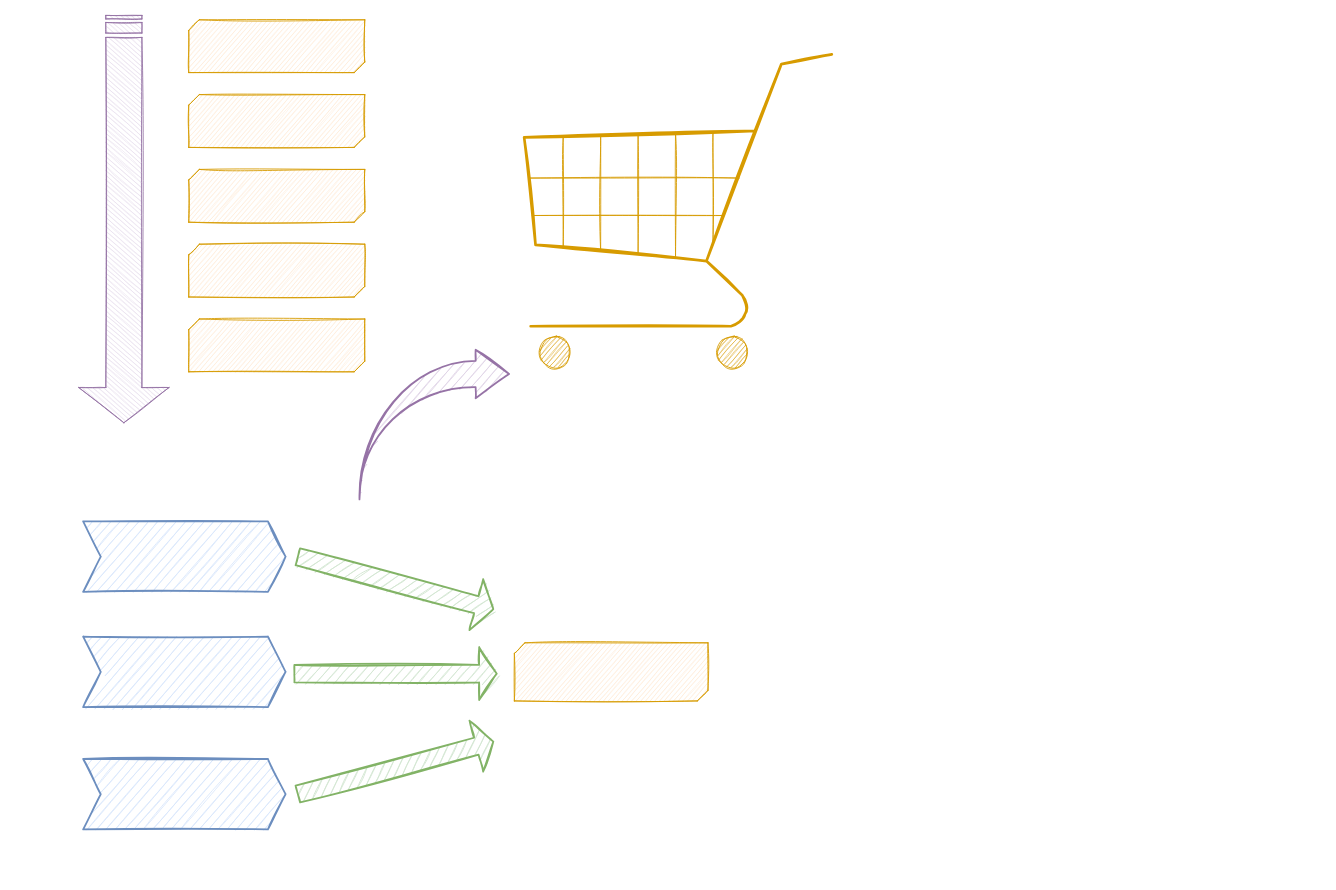
Above: assets/TimeTravelling.drawio in oskardudycz/EventSourcing.NetCore (draw.io), before the change. Source tidied: cells renumbered, new cells numbered last; positions are measured from the earlier drawing's top-left corner, leaving out a move shared by most shapes. Both pictures are drawn from the tidied source at 88%, with x=0, y=0 at pixel (-80, 19).
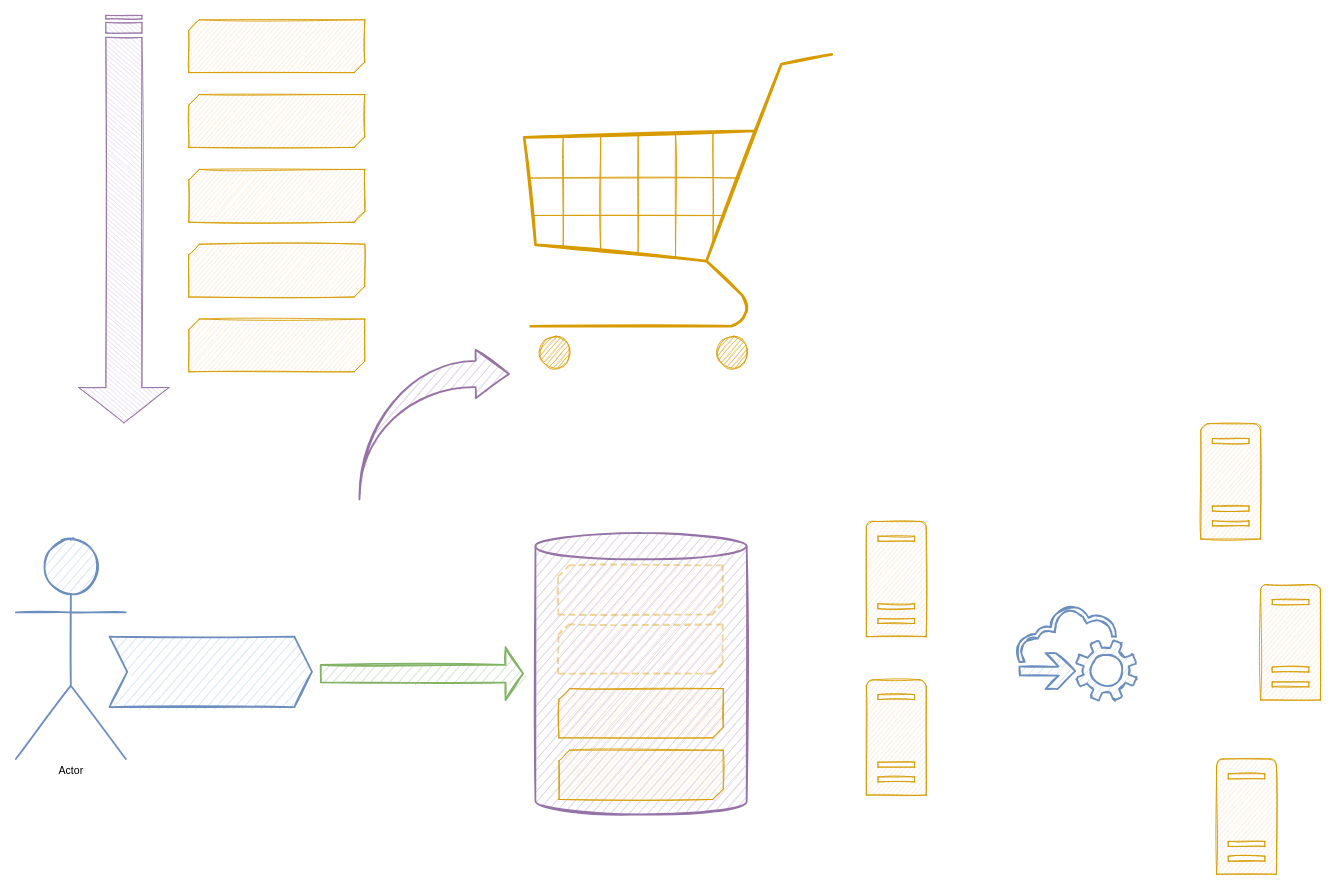
Above is the later version.

The edit, as a diff of the source:
```diff
@@
+    <mxCell id="17" style="shape=cylinder3;whiteSpace=wrap;html=1;boundedLbl=1;backgroundOutline=1;size=15;shadow=0;sketch=1;strokeWidth=2;fillColor=#e1d5e7;strokeColor=#9673a6;" parent="1" vertex="1">
+      <mxGeometry x="699" y="583" width="240" height="320" as="geometry" />
+    </mxCell>
@@
+    <mxCell id="10" style="html=1;shadow=0;dashed=0;align=center;verticalAlign=middle;shape=mxgraph.arrows2.jumpInArrow;dy=15;dx=38;arrowHead=55;sketch=1;strokeWidth=2;fillColor=#e1d5e7;strokeColor=#9673a6;" parent="1" vertex="1">
+      <mxGeometry x="499" y="375" width="170" height="170" as="geometry" />
+    </mxCell>
+    <mxCell id="12" style="shape=step;perimeter=stepPerimeter;whiteSpace=wrap;html=1;fixedSize=1;shadow=0;sketch=1;strokeWidth=2;fillColor=#dae8fc;strokeColor=#6c8ebf;" parent="1" vertex="1">
+      <mxGeometry x="215" y="701" width="230" height="80" as="geometry" />
+    </mxCell>
+    <mxCell id="15" style="html=1;shadow=0;dashed=0;align=center;verticalAlign=middle;shape=mxgraph.arrows2.arrow;dy=0.67;dx=20;notch=0;sketch=1;strokeWidth=2;rotation=0;fillColor=#d5e8d4;strokeColor=#82b366;" parent="1" vertex="1">
+      <mxGeometry x="455" y="713" width="230" height="60" as="geometry" />
+    </mxCell>
     <mxCell id="9" style="verticalLabelPosition=bottom;verticalAlign=top;html=1;shape=mxgraph.basic.diag_snip_rect;dx=6;shadow=0;sketch=1;fillColor=#ffe6cc;strokeColor=#d79b00;" parent="1" vertex="1">
-      <mxGeometry x="675" y="708" width="220" height="66" as="geometry" />
+      <mxGeometry x="725.7" y="830" width="186.7" height="56" as="geometry" />
     </mxCell>
-    <mxCell id="10" style="html=1;shadow=0;dashed=0;align=center;verticalAlign=middle;shape=mxgraph.arrows2.jumpInArrow;dy=15;dx=38;arrowHead=55;sketch=1;strokeWidth=2;fillColor=#e1d5e7;strokeColor=#9673a6;" parent="1" vertex="1">
-      <mxGeometry x="499" y="375" width="170" height="170" as="geometry" />
-    </mxCell>
-    <mxCell id="11" style="shape=step;perimeter=stepPerimeter;whiteSpace=wrap;html=1;fixedSize=1;shadow=0;sketch=1;strokeWidth=2;fillColor=#dae8fc;strokeColor=#6c8ebf;" parent="1" vertex="1">
-      <mxGeometry x="185" y="570" width="230" height="80" as="geometry" />
-    </mxCell>
-    <mxCell id="12" style="shape=step;perimeter=stepPerimeter;whiteSpace=wrap;html=1;fixedSize=1;shadow=0;sketch=1;strokeWidth=2;fillColor=#dae8fc;strokeColor=#6c8ebf;" parent="1" vertex="1">
-      <mxGeometry x="185" y="701" width="230" height="80" as="geometry" />
-    </mxCell>
-    <mxCell id="13" style="shape=step;perimeter=stepPerimeter;whiteSpace=wrap;html=1;fixedSize=1;shadow=0;sketch=1;strokeWidth=2;fillColor=#dae8fc;strokeColor=#6c8ebf;" parent="1" vertex="1">
-      <mxGeometry x="185" y="840" width="230" height="80" as="geometry" />
-    </mxCell>
-    <mxCell id="14" style="html=1;shadow=0;dashed=0;align=center;verticalAlign=middle;shape=mxgraph.arrows2.arrow;dy=0.67;dx=20;notch=0;sketch=1;strokeWidth=2;rotation=15;fillColor=#d5e8d4;strokeColor=#82b366;" parent="1" vertex="1">
-      <mxGeometry x="425" y="610" width="230" height="60" as="geometry" />
-    </mxCell>
-    <mxCell id="15" style="html=1;shadow=0;dashed=0;align=center;verticalAlign=middle;shape=mxgraph.arrows2.arrow;dy=0.67;dx=20;notch=0;sketch=1;strokeWidth=2;rotation=0;fillColor=#d5e8d4;strokeColor=#82b366;" parent="1" vertex="1">
-      <mxGeometry x="425" y="713" width="230" height="60" as="geometry" />
-    </mxCell>
-    <mxCell id="16" style="html=1;shadow=0;dashed=0;align=center;verticalAlign=middle;shape=mxgraph.arrows2.arrow;dy=0.67;dx=20;notch=0;sketch=1;strokeWidth=2;rotation=-15;fillColor=#d5e8d4;strokeColor=#82b366;" parent="1" vertex="1">
-      <mxGeometry x="425" y="820" width="230" height="60" as="geometry" />
-    </mxCell>
+    <mxCell id="18" value="Actor" style="shape=umlActor;verticalLabelPosition=bottom;verticalAlign=top;html=1;shadow=0;sketch=1;strokeWidth=2;fillColor=#dae8fc;strokeColor=#6c8ebf;" parent="1" vertex="1">
+      <mxGeometry x="108.5" y="590" width="125" height="250" as="geometry" />
+    </mxCell>
+    <mxCell id="19" style="verticalLabelPosition=bottom;verticalAlign=top;html=1;shape=mxgraph.basic.diag_snip_rect;dx=6;shadow=0;sketch=1;fillColor=#ffe6cc;strokeColor=#d79b00;" parent="1" vertex="1">
+      <mxGeometry x="725.7" y="760" width="186.7" height="56" as="geometry" />
+    </mxCell>
+    <mxCell id="20" style="verticalLabelPosition=bottom;verticalAlign=top;html=1;shape=mxgraph.basic.diag_snip_rect;dx=6;shadow=0;sketch=1;fillColor=#ffe6cc;strokeColor=#d79b00;opacity=40;dashed=1;perimeterSpacing=1;strokeWidth=2;" parent="1" vertex="1">
+      <mxGeometry x="725" y="620" width="186.7" height="56" as="geometry" />
+    </mxCell>
+    <mxCell id="21" style="verticalLabelPosition=bottom;verticalAlign=top;html=1;shape=mxgraph.basic.diag_snip_rect;dx=6;shadow=0;sketch=1;fillColor=#ffe6cc;strokeColor=#d79b00;opacity=40;dashed=1;strokeWidth=2;perimeterSpacing=1;" parent="1" vertex="1">
+      <mxGeometry x="725" y="687" width="186.7" height="56" as="geometry" />
+    </mxCell>
+    <mxCell id="22" style="shadow=0;dashed=0;html=1;labelPosition=center;verticalLabelPosition=bottom;verticalAlign=top;align=center;shape=mxgraph.office.servers.server_generic;sketch=1;strokeWidth=1;strokeColor=#d79b00;fillColor=#ffe6cc;" parent="1" vertex="1">
+      <mxGeometry x="1075" y="570" width="68" height="131" as="geometry" />
+    </mxCell>
+    <mxCell id="23" style="shadow=0;dashed=0;html=1;labelPosition=center;verticalLabelPosition=bottom;verticalAlign=top;align=center;shape=mxgraph.office.servers.server_generic;sketch=1;strokeWidth=1;strokeColor=#d79b00;fillColor=#ffe6cc;" parent="1" vertex="1">
+      <mxGeometry x="1075" y="750" width="68" height="131" as="geometry" />
+    </mxCell>
+    <mxCell id="24" style="shadow=0;dashed=0;html=1;labelPosition=center;verticalLabelPosition=bottom;verticalAlign=top;align=center;shape=mxgraph.office.servers.server_generic;sketch=1;strokeWidth=1;strokeColor=#d79b00;fillColor=#ffe6cc;" parent="1" vertex="1">
+      <mxGeometry x="1455" y="459" width="68" height="131" as="geometry" />
+    </mxCell>
+    <mxCell id="25" style="shadow=0;dashed=0;html=1;labelPosition=center;verticalLabelPosition=bottom;verticalAlign=top;align=center;shape=mxgraph.office.servers.server_generic;sketch=1;strokeWidth=1;strokeColor=#d79b00;fillColor=#ffe6cc;" parent="1" vertex="1">
+      <mxGeometry x="1523" y="642" width="68" height="131" as="geometry" />
+    </mxCell>
+    <mxCell id="26" style="shadow=0;dashed=0;html=1;labelPosition=center;verticalLabelPosition=bottom;verticalAlign=top;align=center;shape=mxgraph.office.servers.server_generic;sketch=1;strokeWidth=1;strokeColor=#d79b00;fillColor=#ffe6cc;" parent="1" vertex="1">
+      <mxGeometry x="1473" y="840" width="68" height="131" as="geometry" />
+    </mxCell>
+    <mxCell id="27" style="shadow=0;dashed=0;html=1;strokeColor=#6c8ebf;fillColor=#dae8fc;labelPosition=center;verticalLabelPosition=bottom;verticalAlign=top;align=center;shape=mxgraph.office.clouds.cloud_service_request;sketch=1;strokeWidth=2;" parent="1" vertex="1">
+      <mxGeometry x="1245" y="666" width="136.4" height="107" as="geometry" />
+    </mxCell>
```
